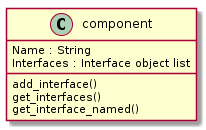
Above: docs/source/img/component_class.png in jeremiah-c-leary/design-explorer (PlantUML), before the change.
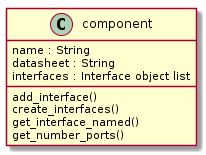
After the change.

The edit, as a diff of the source:
```diff
@@ -1,9 +1,11 @@
 @startuml
   class component{
-    Name : String
-    Interfaces : Interface object list
+    name : String
+    datasheet : String
+    interfaces : Interface object list
     add_interface()
-    get_interfaces()
+    create_interfaces()
     get_interface_named()
+    get_number_ports()
   }
 @enduml
```
